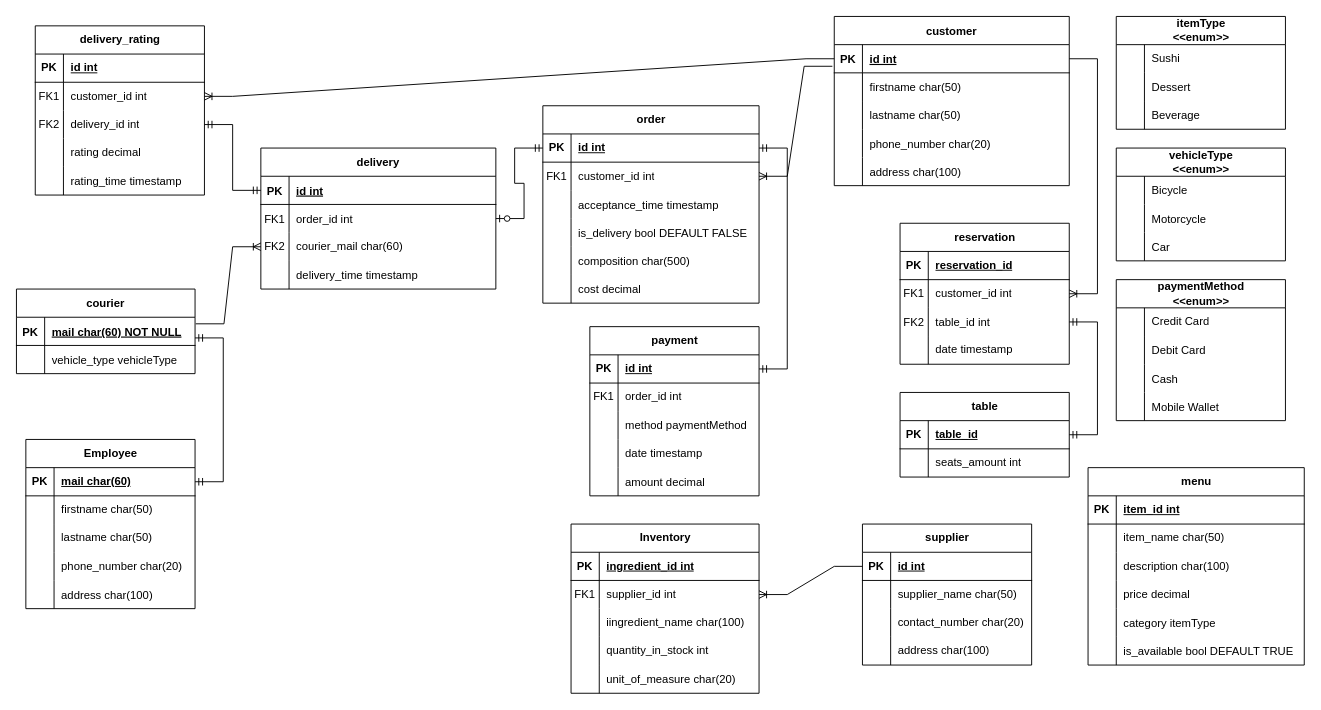
GiorgiEz/DB-modeling keeps this draw.io diagram as Sushi Delivery Diagram.drawio. Above is the earlier version. Source tidied: cells renumbered, new cells numbered last; positions are measured from the earlier drawing's top-left corner, leaving out a move shared by most shapes. Both pictures are drawn from the tidied source at 94%, with x=0, y=0 at pixel (-97, -17).
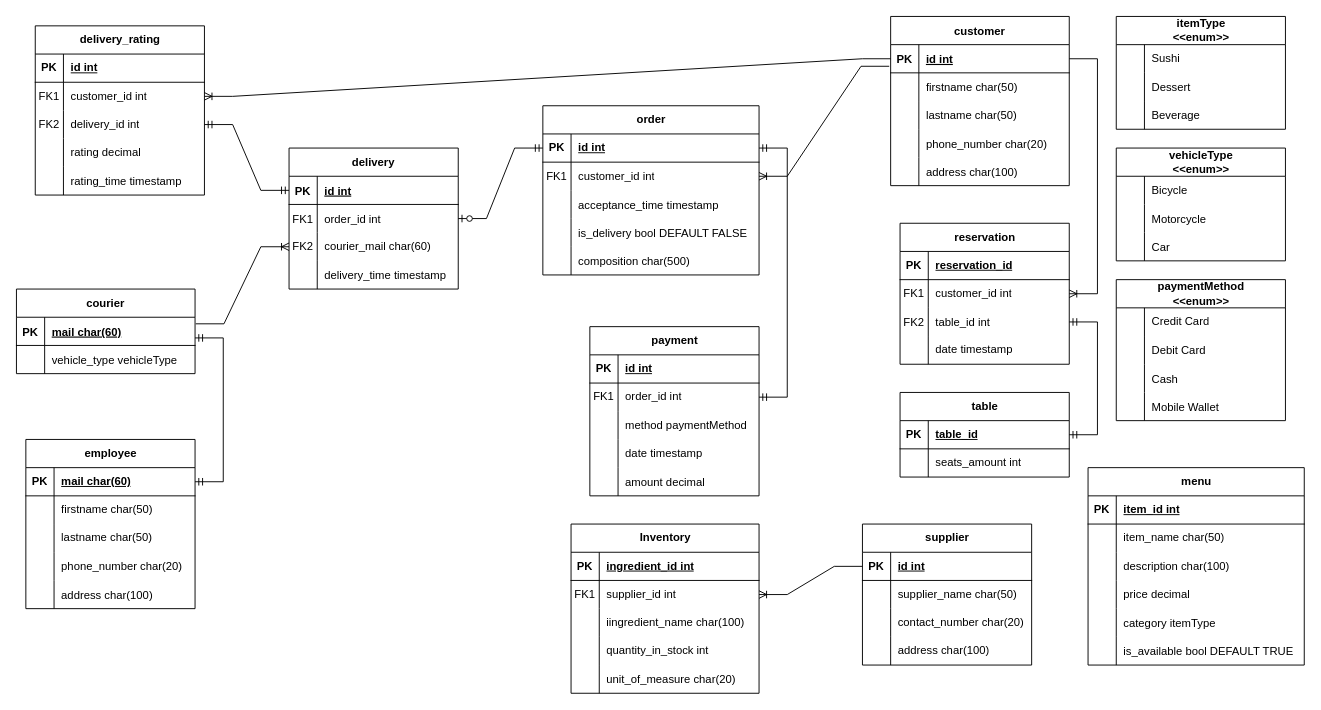
Above is the later version.

The change refers to these unchanged cells:
```xml
<mxCell id="16" style="shape=partialRectangle;fillColor=none;points=[[0,0.5],[1,0.5]];portConstraint=eastwest;top=0;left=0;right=0;bottom=1;" parent="15" vertex="1">
  <mxGeometry y="30" width="190" height="30" as="geometry" />
</mxCell>
<mxCell id="39" style="shape=tableRow;horizontal=0;startSize=0;swimlaneHead=0;swimlaneBody=0;fillColor=none;points=[[0,0.5],[1,0.5]];portConstraint=eastwest;top=0;left=0;right=0;bottom=1;" parent="38" vertex="1">
  <mxGeometry y="30" width="230" height="30" as="geometry" />
</mxCell>
<mxCell id="157" style="shape=tableRow;horizontal=0;startSize=0;swimlaneHead=0;swimlaneBody=0;fillColor=none;points=[[0,0.5],[1,0.5]];portConstraint=eastwest;top=0;left=0;right=0;bottom=1;" parent="156" vertex="1">
  <mxGeometry y="30" width="180" height="30" as="geometry" />
</mxCell>
<mxCell id="160" style="shape=tableRow;horizontal=0;startSize=0;swimlaneHead=0;swimlaneBody=0;fillColor=none;points=[[0,0.5],[1,0.5]];portConstraint=eastwest;top=0;left=0;right=0;bottom=0;" parent="156" vertex="1">
  <mxGeometry y="60" width="180" height="30" as="geometry" />
</mxCell>
```

Change to the diagram source:
```diff
@@
     <mxCell id="2" value="delivery" style="shape=table;startSize=30;childLayout=tableLayout;rowLines=0;fontStyle=1;align=center;" parent="1" vertex="1">
-      <mxGeometry x="380" y="175" width="250" height="150" as="geometry" />
+      <mxGeometry x="410" y="175" width="180" height="150" as="geometry" />
     </mxCell>
     <mxCell id="3" style="shape=partialRectangle;fillColor=none;points=[[0,0.5],[1,0.5]];portConstraint=eastwest;top=0;left=0;right=0;bottom=1;" parent="2" vertex="1">
-      <mxGeometry y="30" width="250" height="30" as="geometry" />
+      <mxGeometry y="30" width="180" height="30" as="geometry" />
     </mxCell>
@@
     <mxCell id="5" value="id int" style="shape=partialRectangle;overflow=hidden;fillColor=none;top=0;left=0;bottom=0;right=0;align=left;spacingLeft=6;fontStyle=5;" parent="3" vertex="1">
-      <mxGeometry x="30" width="220" height="30" as="geometry" />
+      <mxGeometry x="30" width="150" height="30" as="geometry" />
     </mxCell>
     <mxCell id="6" style="shape=partialRectangle;fillColor=none;points=[[0,0.5],[1,0.5]];portConstraint=eastwest;top=0;left=0;right=0;bottom=0;" parent="2" vertex="1">
-      <mxGeometry y="60" width="250" height="30" as="geometry" />
+      <mxGeometry y="60" width="180" height="30" as="geometry" />
     </mxCell>
@@
     <mxCell id="8" value="order_id int" style="shape=partialRectangle;overflow=hidden;fillColor=none;top=0;left=0;bottom=0;right=0;align=left;spacingLeft=6;" parent="6" vertex="1">
-      <mxGeometry x="30" width="220" height="30" as="geometry" />
+      <mxGeometry x="30" width="150" height="30" as="geometry" />
     </mxCell>
     <mxCell id="9" style="shape=tableRow;horizontal=0;startSize=0;swimlaneHead=0;swimlaneBody=0;fillColor=none;points=[[0,0.5],[1,0.5]];portConstraint=eastwest;top=0;left=0;right=0;bottom=0;" parent="2" vertex="1">
-      <mxGeometry y="90" width="250" height="30" as="geometry" />
+      <mxGeometry y="90" width="180" height="30" as="geometry" />
     </mxCell>
@@
     <mxCell id="11" value="courier_mail char(60)" style="shape=partialRectangle;fillColor=none;top=0;left=0;bottom=0;right=0;align=left;spacingLeft=6;fontStyle=0;overflow=hidden;whiteSpace=wrap;html=1;" parent="9" vertex="1">
-      <mxGeometry x="30" width="220" height="30" as="geometry" />
+      <mxGeometry x="30" width="150" height="30" as="geometry" />
     </mxCell>
     <mxCell id="12" style="shape=tableRow;horizontal=0;startSize=0;swimlaneHead=0;swimlaneBody=0;fillColor=none;top=0;left=0;right=0;bottom=0;" parent="2" vertex="1">
-      <mxGeometry y="120" width="250" height="30" as="geometry" />
+      <mxGeometry y="120" width="180" height="30" as="geometry" />
     </mxCell>
@@
     <mxCell id="14" value="delivery_time timestamp" style="shape=partialRectangle;fillColor=none;top=0;left=0;bottom=0;right=0;align=left;spacingLeft=6;overflow=hidden;" parent="12" vertex="1">
-      <mxGeometry x="30" width="220" height="30" as="geometry" />
+      <mxGeometry x="30" width="150" height="30" as="geometry" />
     </mxCell>
@@
-    <mxCell id="18" value="mail char(60) NOT NULL " style="shape=partialRectangle;overflow=hidden;fillColor=none;top=0;left=0;bottom=0;right=0;align=left;spacingLeft=6;fontStyle=5;" parent="16" vertex="1">
+    <mxCell id="18" value="mail char(60)" style="shape=partialRectangle;overflow=hidden;fillColor=none;top=0;left=0;bottom=0;right=0;align=left;spacingLeft=6;fontStyle=5;" parent="16" vertex="1">
       <mxGeometry x="30" width="160" height="30" as="geometry" />
     </mxCell>
@@
     <mxCell id="22" value="customer" style="shape=table;startSize=30;childLayout=tableLayout;rowLines=0;fontStyle=1;align=center;" parent="1" vertex="1">
-      <mxGeometry x="990" y="35" width="250" height="180" as="geometry" />
+      <mxGeometry x="1050" y="35" width="190" height="180" as="geometry" />
     </mxCell>
     <mxCell id="23" style="shape=partialRectangle;fillColor=none;points=[[0,0.5],[1,0.5]];portConstraint=eastwest;top=0;left=0;right=0;bottom=1;" parent="22" vertex="1">
-      <mxGeometry y="30" width="250" height="30" as="geometry" />
+      <mxGeometry y="30" width="190" height="30" as="geometry" />
     </mxCell>
@@
     <mxCell id="25" value="id int" style="shape=partialRectangle;overflow=hidden;fillColor=none;top=0;left=0;bottom=0;right=0;align=left;spacingLeft=6;fontStyle=5;" parent="23" vertex="1">
-      <mxGeometry x="30" width="220" height="30" as="geometry" />
+      <mxGeometry x="30" width="160" height="30" as="geometry" />
     </mxCell>
     <mxCell id="26" style="shape=partialRectangle;fillColor=none;top=0;left=0;right=0;bottom=0;" parent="22" vertex="1">
-      <mxGeometry y="60" width="250" height="30" as="geometry" />
+      <mxGeometry y="60" width="190" height="30" as="geometry" />
     </mxCell>
@@
     <mxCell id="28" value="firstname char(50)" style="shape=partialRectangle;overflow=hidden;fillColor=none;top=0;left=0;bottom=0;right=0;align=left;spacingLeft=6;" parent="26" vertex="1">
-      <mxGeometry x="30" width="220" height="30" as="geometry" />
+      <mxGeometry x="30" width="160" height="30" as="geometry" />
     </mxCell>
     <mxCell id="29" style="shape=tableRow;horizontal=0;startSize=0;swimlaneHead=0;swimlaneBody=0;fillColor=none;top=0;left=0;right=0;bottom=0;" parent="22" vertex="1">
-      <mxGeometry y="90" width="250" height="30" as="geometry" />
+      <mxGeometry y="90" width="190" height="30" as="geometry" />
     </mxCell>
@@
     <mxCell id="31" value="lastname char(50)" style="shape=partialRectangle;fillColor=none;top=0;left=0;bottom=0;right=0;align=left;spacingLeft=6;overflow=hidden;" parent="29" vertex="1">
-      <mxGeometry x="30" width="220" height="30" as="geometry" />
+      <mxGeometry x="30" width="160" height="30" as="geometry" />
     </mxCell>
     <mxCell id="32" style="shape=tableRow;horizontal=0;startSize=0;swimlaneHead=0;swimlaneBody=0;fillColor=none;top=0;left=0;right=0;bottom=0;" parent="22" vertex="1">
-      <mxGeometry y="120" width="250" height="30" as="geometry" />
+      <mxGeometry y="120" width="190" height="30" as="geometry" />
     </mxCell>
@@
     <mxCell id="34" value="phone_number char(20)" style="shape=partialRectangle;fillColor=none;top=0;left=0;bottom=0;right=0;align=left;spacingLeft=6;overflow=hidden;" parent="32" vertex="1">
-      <mxGeometry x="30" width="220" height="30" as="geometry" />
+      <mxGeometry x="30" width="160" height="30" as="geometry" />
     </mxCell>
     <mxCell id="35" style="shape=tableRow;horizontal=0;startSize=0;swimlaneHead=0;swimlaneBody=0;fillColor=none;top=0;left=0;right=0;bottom=0;" parent="22" vertex="1">
-      <mxGeometry y="150" width="250" height="30" as="geometry" />
+      <mxGeometry y="150" width="190" height="30" as="geometry" />
     </mxCell>
@@
     <mxCell id="37" value="address char(100)" style="shape=partialRectangle;fillColor=none;top=0;left=0;bottom=0;right=0;align=left;spacingLeft=6;overflow=hidden;" parent="35" vertex="1">
-      <mxGeometry x="30" width="220" height="30" as="geometry" />
+      <mxGeometry x="30" width="160" height="30" as="geometry" />
     </mxCell>
     <mxCell id="38" value="order" style="shape=table;startSize=30;childLayout=tableLayout;rowLines=0;fontStyle=1;align=center;html=1;" parent="1" vertex="1">
-      <mxGeometry x="680" y="130" width="230" height="210" as="geometry" />
+      <mxGeometry x="680" y="130" width="230" height="180" as="geometry" />
     </mxCell>
@@
-    <mxCell id="54" style="shape=tableRow;horizontal=0;startSize=0;swimlaneHead=0;swimlaneBody=0;fillColor=none;top=0;left=0;right=0;bottom=0;" parent="38" vertex="1">
-      <mxGeometry y="180" width="230" height="30" as="geometry" />
-    </mxCell>
-    <mxCell id="55" style="shape=partialRectangle;fillColor=none;top=0;left=0;bottom=0;right=0;overflow=hidden;" parent="54" vertex="1">
-      <mxGeometry width="30" height="30" as="geometry" />
-    </mxCell>
-    <mxCell id="56" value="cost decimal" style="shape=partialRectangle;fillColor=none;top=0;left=0;bottom=0;right=0;align=left;spacingLeft=6;overflow=hidden;" parent="54" vertex="1">
-      <mxGeometry x="30" width="200" height="30" as="geometry" />
-    </mxCell>
@@
-    <mxCell id="77" value="Employee" style="shape=table;startSize=30;childLayout=tableLayout;rowLines=0;fontStyle=1;align=center;html=1;" parent="1" vertex="1">
+    <mxCell id="77" value="employee" style="shape=table;startSize=30;childLayout=tableLayout;rowLines=0;fontStyle=1;align=center;html=1;" parent="1" vertex="1">
       <mxGeometry x="130" y="485" width="180" height="180" as="geometry" />
     </mxCell>
@@
-    <mxCell id="172" style="edgeStyle=entityRelationEdgeStyle;fontSize=12;html=1;endArrow=ERmandOne;startArrow=ERmandOne;rounded=0;exitX=1;exitY=0.5;exitDx=0;exitDy=0;entryX=1;entryY=0.5;entryDx=0;entryDy=0;" parent="1" edge="1" source="157" target="39">
+    <mxCell id="172" style="edgeStyle=entityRelationEdgeStyle;fontSize=12;html=1;endArrow=ERmandOne;startArrow=ERmandOne;rounded=0;exitX=1;exitY=0.5;exitDx=0;exitDy=0;entryX=1;entryY=0.5;entryDx=0;entryDy=0;" parent="1" edge="1" source="160" target="39">
       <mxGeometry relative="1" as="geometry" />
     </mxCell>
```
